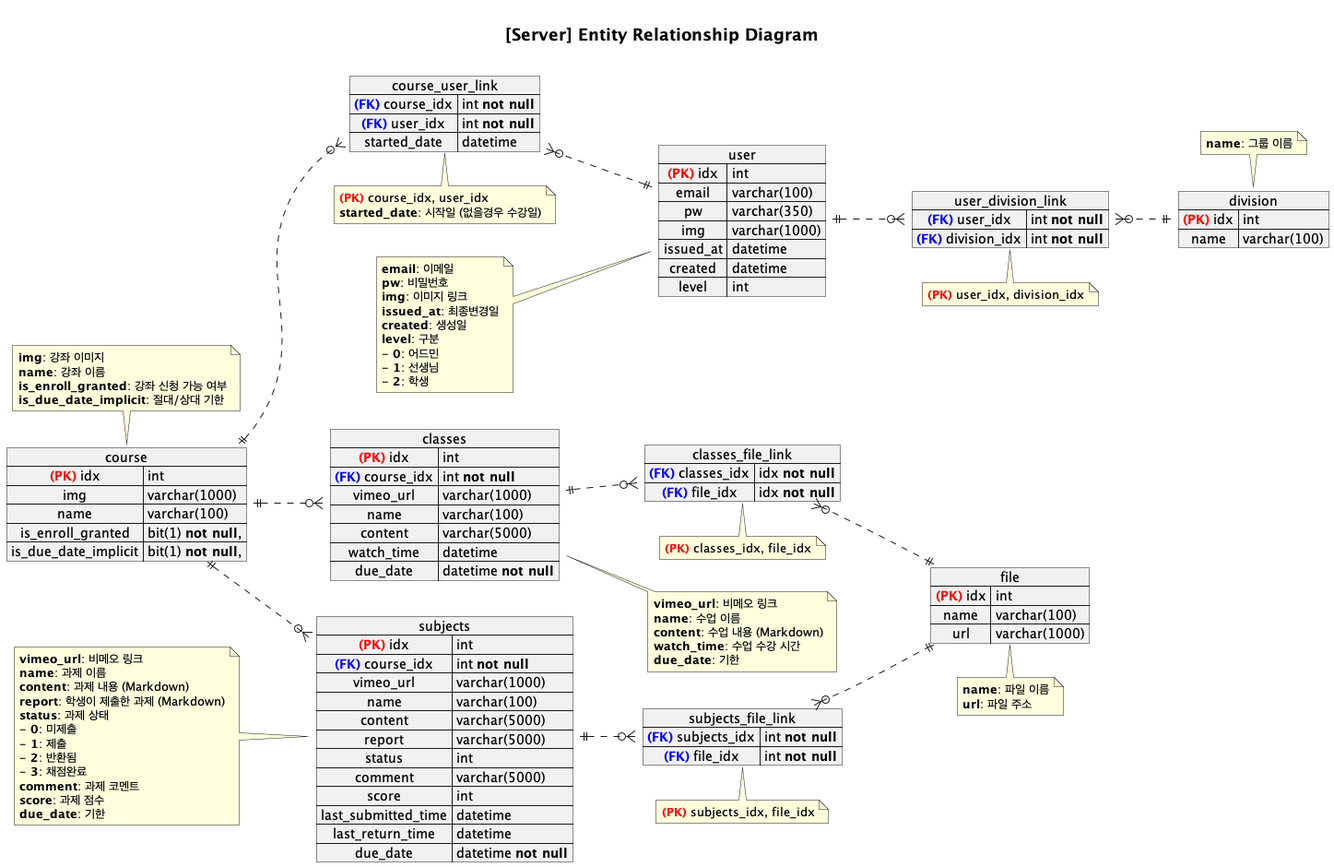
The PlantUML diagram design/erd.png in DokySp/project-emt, before a commit. Its diagram source:
```plantuml
@startuml erd

left to right direction

title

=[Server] Entity Relationship Diagram

end title

map course {
    <color:red>**(PK)**</color> idx => int
    img => varchar(1000)
    name => varchar(100)
    is_enroll_granted => bit(1) **not null**,
    is_due_date_implicit => bit(1) **not null**,
}
note top: **img**: 강좌 이미지\n**name**: 강좌 이름\n**is_enroll_granted**: 강좌 신청 가능 여부\n**is_due_date_implicit**: 절대/상대 기한

map classes {
  <color:red>**(PK)**</color> idx => int
  <color:blue>**(FK)**</color> course_idx => int **not null**
  vimeo_url => varchar(1000)
  name => varchar(100)
  content => varchar(5000)
  watch_time => datetime
  due_date => datetime **not null**
}
note right: **vimeo_url**: 비메오 링크\n**name**: 수업 이름\n**content**: 수업 내용 (Markdown)\n**watch_time**: 수업 수강 시간\n**due_date**: 기한

map subjects {
  <color:red>**(PK)**</color> idx => int
  <color:blue>**(FK)**</color> course_idx => int **not null**
  vimeo_url => varchar(1000)
  name => varchar(100)
  content => varchar(5000)
  report => varchar(5000)
  status => int
  comment => varchar(5000)
  score => int
  last_submitted_time => datetime
  last_return_time => datetime
  due_date => datetime **not null**
}
note left: **vimeo_url**: 비메오 링크\n**name**: 과제 이름\n**content**: 과제 내용 (Markdown)\n**report**: 학생이 제출한 과제 (Markdown)\n**status**: 과제 상태\n- **0**: 미제출\n- **1**: 제출\n- **2**: 반환됨\n- **3**: 채점완료\n**comment**: 과제 코멘트\n**score**: 과제 점수\n**due_date**: 기한


map file {
  <color:red>**(PK)**</color> idx => int
  name => varchar(100)
  url => varchar(1000)
}
note bottom: **name**: 파일 이름\n**url**: 파일 주소



map user {
  <color:red>**(PK)**</color> idx => int
  email => varchar(100)
  pw => varchar(350)
  img => varchar(1000)
  issued_at => datetime
  created => datetime
  level => int
}
note left: **email**: 이메일\n**pw**: 비밀번호\n**img**: 이미지 링크\n**issued_at**: 최종변경일\n**created**: 생성일\n**level**: 구분\n- **0**: 어드민\n- **1**: 선생님\n- **2**: 학생


map division {
  <color:red>**(PK)**</color> idx => int
  name => varchar(100)
}
note top: **name**: 그룹 이름

map classes_file_link {
  <color:blue>**(FK)**</color> classes_idx => idx **not null**
  <color:blue>**(FK)**</color> file_idx => idx **not null**
}
note bottom: <color:red>**(PK)**</color> classes_idx, file_idx

map subjects_file_link {
  <color:blue>**(FK)**</color> subjects_idx => int **not null**
  <color:blue>**(FK)**</color> file_idx => int **not null**
}
note bottom: <color:red>**(PK)**</color> subjects_idx, file_idx

map course_user_link {
  <color:blue>**(FK)**</color> course_idx => int **not null**
  <color:blue>**(FK)**</color> user_idx => int **not null**
  started_date => datetime
}
note bottom: <color:red>**(PK)**</color> course_idx, user_idx\n**started_date**: 시작일 (없을경우 수강일)

map user_division_link {
  <color:blue>**(FK)**</color> user_idx => int **not null**
  <color:blue>**(FK)**</color> division_idx => int **not null**
}
note bottom: <color:red>**(PK)**</color> user_idx, division_idx

course ||..o{ course_user_link
course_user_link }o..|| user

user ||..o{ user_division_link
user_division_link }o..|| division

course ||..o{ classes
course ||..o{ subjects

classes ||..o{ classes_file_link
subjects ||..o{ subjects_file_link

classes_file_link }o..|| file
subjects_file_link }o..|| file












@enduml
```
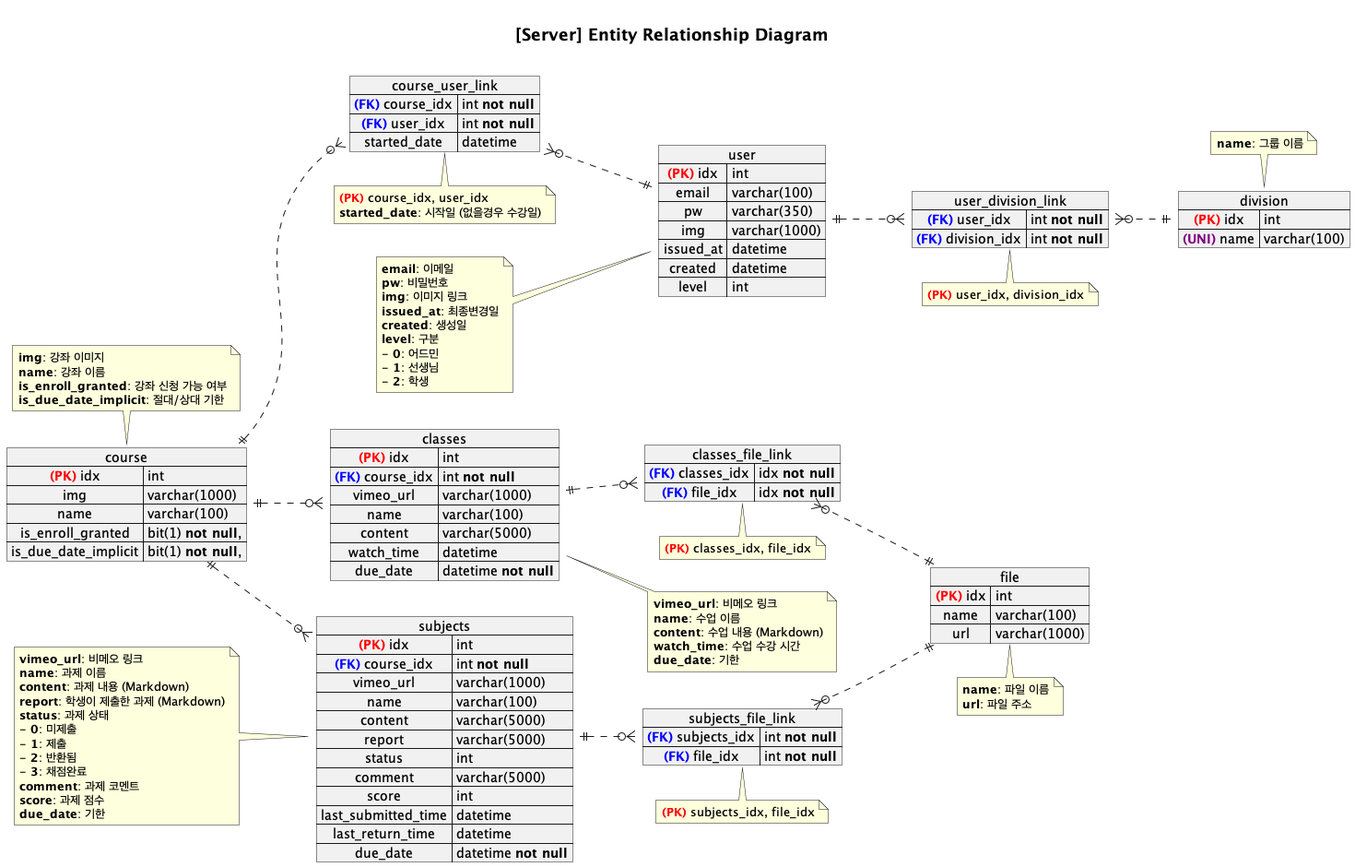
Later version of the same file.

Commit message:
division 기능 추가 / erd 일부 변경

Diff of the diagram source:
```diff
@@ -68,7 +68,7 @@
 
 map division {
   <color:red>**(PK)**</color> idx => int
-  name => varchar(100)
+  <color:purple>**(UNI)**</color> name => varchar(100)
 }
 note top: **name**: 그룹 이름
 
```
